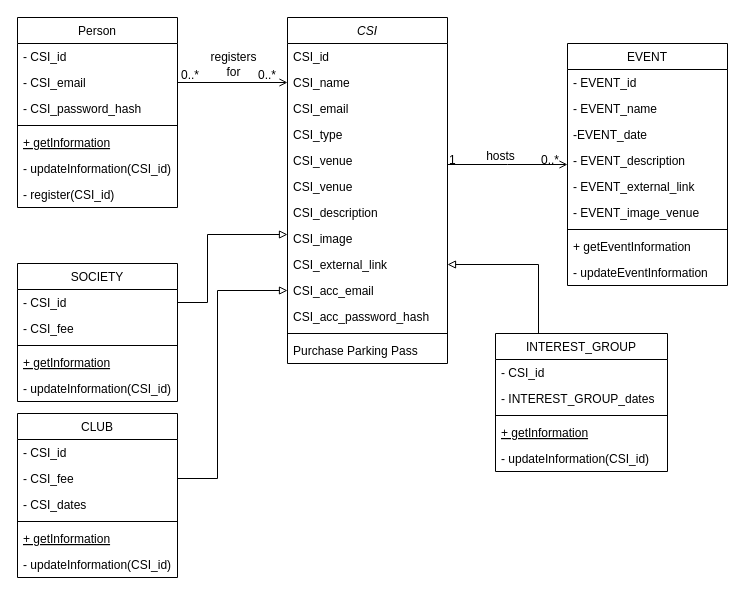
Before: Diagrams/Class Diagram.drawio in Makizoro/Overclock, a draw.io diagram. Source tidied: cells renumbered, new cells numbered last; positions are measured from the earlier drawing's top-left corner, leaving out a move shared by most shapes. Both pictures are drawn from the tidied source at 100%, with x=0, y=0 at pixel (17, 17).
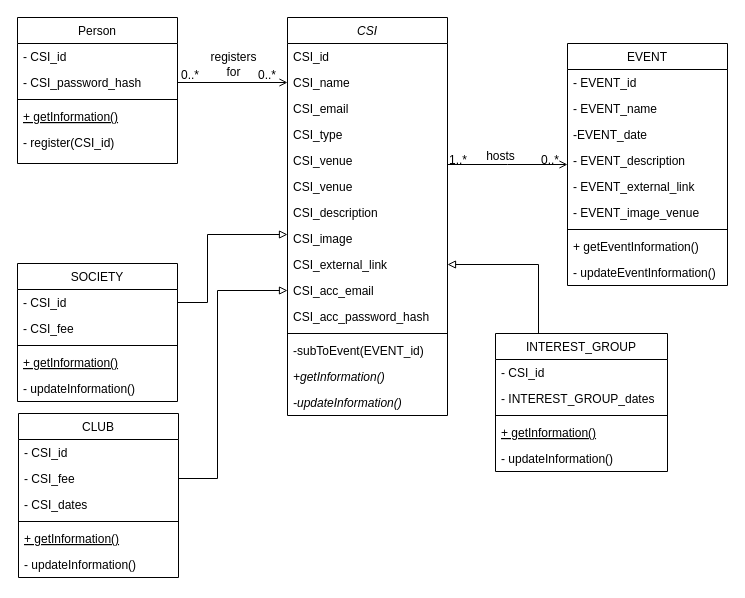
The same page after the edit.

Unchanged cells that the change refers to:
```xml
<mxCell id="4" value="CSI_name" style="text;align=left;verticalAlign=top;spacingLeft=4;spacingRight=4;overflow=hidden;points=[[0,0.5],[1,0.5]];portConstraint=eastwest;rounded=0;shadow=0;html=0;" parent="2" vertex="1">
  <mxGeometry y="52" width="160" height="26" as="geometry" />
</mxCell>
<mxCell id="16" value="SOCIETY" style="swimlane;fontStyle=0;align=center;verticalAlign=top;horizontal=1;startSize=26;rounded=0;shadow=0;strokeWidth=1;" parent="1" vertex="1">
  <mxGeometry y="246" width="160" height="138" as="geometry" />
</mxCell>
<mxCell id="22" value="EVENT" style="swimlane;fontStyle=0;align=center;verticalAlign=top;horizontal=1;startSize=26;rounded=0;shadow=0;strokeWidth=1;" parent="1" vertex="1">
  <mxGeometry x="550" y="26" width="160" height="242" as="geometry" />
</mxCell>
<mxCell id="32" style="endArrow=open;shadow=0;strokeWidth=1;strokeColor=#000000;rounded=0;endFill=1;edgeStyle=elbowEdgeStyle;elbow=vertical;" parent="1" edge="1" source="2" target="22">
  <mxGeometry x="0.5" y="41" relative="1" as="geometry">
    <mxPoint x="-40" y="32" as="offset" />
  </mxGeometry>
</mxCell>
<mxCell id="43" value="INTEREST_GROUP" style="swimlane;fontStyle=0;align=center;verticalAlign=top;horizontal=1;startSize=26;rounded=0;shadow=0;strokeWidth=1;" parent="1" vertex="1">
  <mxGeometry x="478" y="316" width="172" height="138" as="geometry" />
</mxCell>
```

Diff of the diagram source:
```diff
@@
     <mxCell id="2" value="CSI" style="swimlane;fontStyle=2;align=center;verticalAlign=top;horizontal=1;startSize=26;rounded=0;shadow=0;strokeWidth=1;" parent="1" vertex="1">
-      <mxGeometry x="270" width="160" height="346" as="geometry" />
+      <mxGeometry x="270" width="160" height="398" as="geometry" />
     </mxCell>
@@
-    <mxCell id="15" value="Purchase Parking Pass" style="text;align=left;verticalAlign=top;spacingLeft=4;spacingRight=4;overflow=hidden;" parent="2" vertex="1">
+    <mxCell id="15" value="-subToEvent(EVENT_id)&#10;" style="text;align=left;verticalAlign=top;spacingLeft=4;spacingRight=4;overflow=hidden;" parent="2" vertex="1">
       <mxGeometry y="320" width="160" height="26" as="geometry" />
     </mxCell>
+    <mxCell id="64" value="+getInformation()&#10;" style="text;align=left;verticalAlign=top;spacingLeft=4;spacingRight=4;overflow=hidden;fontStyle=2;" parent="2" vertex="1">
+      <mxGeometry y="346" width="160" height="26" as="geometry" />
+    </mxCell>
+    <mxCell id="65" value="-updateInformation()" style="text;align=left;verticalAlign=top;spacingLeft=4;spacingRight=4;overflow=hidden;fontStyle=2;" parent="2" vertex="1">
+      <mxGeometry y="372" width="160" height="26" as="geometry" />
+    </mxCell>
@@
-    <mxCell id="20" value="+ getInformation" style="text;align=left;verticalAlign=top;spacingLeft=4;spacingRight=4;overflow=hidden;fontStyle=4;" parent="16" vertex="1">
+    <mxCell id="20" value="+ getInformation()" style="text;align=left;verticalAlign=top;spacingLeft=4;spacingRight=4;overflow=hidden;fontStyle=4;" parent="16" vertex="1">
       <mxGeometry y="86" width="160" height="26" as="geometry" />
     </mxCell>
-    <mxCell id="21" value="- updateInformation(CSI_id)" style="text;align=left;verticalAlign=top;spacingLeft=4;spacingRight=4;overflow=hidden;" parent="16" vertex="1">
+    <mxCell id="21" value="- updateInformation()" style="text;align=left;verticalAlign=top;spacingLeft=4;spacingRight=4;overflow=hidden;" parent="16" vertex="1">
       <mxGeometry y="112" width="160" height="26" as="geometry" />
     </mxCell>
@@
-    <mxCell id="30" value="+ getEventInformation" style="text;align=left;verticalAlign=top;spacingLeft=4;spacingRight=4;overflow=hidden;" parent="22" vertex="1">
+    <mxCell id="30" value="+ getEventInformation()" style="text;align=left;verticalAlign=top;spacingLeft=4;spacingRight=4;overflow=hidden;" parent="22" vertex="1">
       <mxGeometry y="190" width="160" height="26" as="geometry" />
     </mxCell>
-    <mxCell id="31" value="- updateEventInformation" style="text;align=left;verticalAlign=top;spacingLeft=4;spacingRight=4;overflow=hidden;" parent="22" vertex="1">
+    <mxCell id="31" value="- updateEventInformation()" style="text;align=left;verticalAlign=top;spacingLeft=4;spacingRight=4;overflow=hidden;" parent="22" vertex="1">
       <mxGeometry y="216" width="160" height="26" as="geometry" />
     </mxCell>
@@
-    <mxCell id="33" value="1" style="align=left;verticalAlign=bottom;labelBackgroundColor=none;fontSize=12;" parent="32" vertex="1">
+    <mxCell id="33" value="1..*" style="align=left;verticalAlign=bottom;labelBackgroundColor=none;fontSize=12;" parent="32" vertex="1">
       <mxGeometry x="-1" relative="1" as="geometry">
         <mxPoint y="4" as="offset" />
       </mxGeometry>
     </mxCell>
@@
     <mxCell id="36" value="CLUB" style="swimlane;fontStyle=0;align=center;verticalAlign=top;horizontal=1;startSize=26;rounded=0;shadow=0;strokeWidth=1;" parent="1" vertex="1">
-      <mxGeometry y="396" width="160" height="164" as="geometry" />
+      <mxGeometry x="1" y="396" width="160" height="164" as="geometry" />
     </mxCell>
@@
-    <mxCell id="41" value="+ getInformation" style="text;align=left;verticalAlign=top;spacingLeft=4;spacingRight=4;overflow=hidden;fontStyle=4;" parent="36" vertex="1">
+    <mxCell id="41" value="+ getInformation()" style="text;align=left;verticalAlign=top;spacingLeft=4;spacingRight=4;overflow=hidden;fontStyle=4;" parent="36" vertex="1">
       <mxGeometry y="112" width="160" height="26" as="geometry" />
     </mxCell>
-    <mxCell id="42" value="- updateInformation(CSI_id)" style="text;align=left;verticalAlign=top;spacingLeft=4;spacingRight=4;overflow=hidden;" parent="36" vertex="1">
+    <mxCell id="42" value="- updateInformation()" style="text;align=left;verticalAlign=top;spacingLeft=4;spacingRight=4;overflow=hidden;" parent="36" vertex="1">
       <mxGeometry y="138" width="160" height="26" as="geometry" />
     </mxCell>
@@
-    <mxCell id="47" value="+ getInformation" style="text;align=left;verticalAlign=top;spacingLeft=4;spacingRight=4;overflow=hidden;fontStyle=4;" parent="43" vertex="1">
+    <mxCell id="47" value="+ getInformation()" style="text;align=left;verticalAlign=top;spacingLeft=4;spacingRight=4;overflow=hidden;fontStyle=4;" parent="43" vertex="1">
       <mxGeometry y="86" width="172" height="26" as="geometry" />
     </mxCell>
-    <mxCell id="48" value="- updateInformation(CSI_id)" style="text;align=left;verticalAlign=top;spacingLeft=4;spacingRight=4;overflow=hidden;" parent="43" vertex="1">
+    <mxCell id="48" value="- updateInformation()" style="text;align=left;verticalAlign=top;spacingLeft=4;spacingRight=4;overflow=hidden;" parent="43" vertex="1">
       <mxGeometry y="112" width="172" height="26" as="geometry" />
     </mxCell>
     <mxCell id="49" value="Person" style="swimlane;fontStyle=0;align=center;verticalAlign=top;horizontal=1;startSize=26;rounded=0;shadow=0;strokeWidth=1;" parent="1" vertex="1">
-      <mxGeometry width="160" height="190" as="geometry" />
+      <mxGeometry width="160" height="146" as="geometry" />
     </mxCell>
@@
-    <mxCell id="51" value="- CSI_email" style="text;align=left;verticalAlign=top;spacingLeft=4;spacingRight=4;overflow=hidden;points=[[0,0.5],[1,0.5]];portConstraint=eastwest;" parent="49" vertex="1">
-      <mxGeometry y="52" width="160" height="26" as="geometry" />
-    </mxCell>
     <mxCell id="52" value="- CSI_password_hash" style="text;align=left;verticalAlign=top;spacingLeft=4;spacingRight=4;overflow=hidden;" parent="49" vertex="1">
-      <mxGeometry y="78" width="160" height="26" as="geometry" />
+      <mxGeometry y="52" width="160" height="26" as="geometry" />
     </mxCell>
     <mxCell id="53" style="line;html=1;strokeWidth=1;align=left;verticalAlign=middle;spacingTop=-1;spacingLeft=3;spacingRight=3;labelPosition=right;" parent="49" vertex="1">
-      <mxGeometry y="104" width="160" height="8" as="geometry" />
+      <mxGeometry y="78" width="160" height="8" as="geometry" />
     </mxCell>
-    <mxCell id="54" value="+ getInformation" style="text;align=left;verticalAlign=top;spacingLeft=4;spacingRight=4;overflow=hidden;fontStyle=4;" parent="49" vertex="1">
-      <mxGeometry y="112" width="160" height="26" as="geometry" />
+    <mxCell id="54" value="+ getInformation()" style="text;align=left;verticalAlign=top;spacingLeft=4;spacingRight=4;overflow=hidden;fontStyle=4;" parent="49" vertex="1">
+      <mxGeometry y="86" width="160" height="26" as="geometry" />
     </mxCell>
-    <mxCell id="55" value="- updateInformation(CSI_id)&#10;" style="text;align=left;verticalAlign=top;spacingLeft=4;spacingRight=4;overflow=hidden;" parent="49" vertex="1">
-      <mxGeometry y="138" width="160" height="26" as="geometry" />
-    </mxCell>
     <mxCell id="56" value="- register(CSI_id)" style="text;align=left;verticalAlign=top;spacingLeft=4;spacingRight=4;overflow=hidden;" parent="49" vertex="1">
-      <mxGeometry y="164" width="160" height="26" as="geometry" />
+      <mxGeometry y="112" width="160" height="26" as="geometry" />
     </mxCell>
-    <mxCell id="57" style="endArrow=open;shadow=0;strokeWidth=1;strokeColor=#000000;rounded=0;endFill=1;edgeStyle=elbowEdgeStyle;elbow=vertical;entryX=0;entryY=0.5;entryDx=0;entryDy=0;exitX=1;exitY=0.5;exitDx=0;exitDy=0;" parent="1" edge="1" source="51" target="4">
+    <mxCell id="57" style="endArrow=open;shadow=0;strokeWidth=1;strokeColor=#000000;rounded=0;endFill=1;edgeStyle=elbowEdgeStyle;elbow=vertical;entryX=0;entryY=0.5;entryDx=0;entryDy=0;exitX=1;exitY=0.5;exitDx=0;exitDy=0;" parent="1" edge="1" target="4">
       <mxGeometry x="0.5" y="41" relative="1" as="geometry">
+        <mxPoint x="160" y="65" as="sourcePoint" />
         <mxPoint x="-40" y="32" as="offset" />
       </mxGeometry>
     </mxCell>
```
